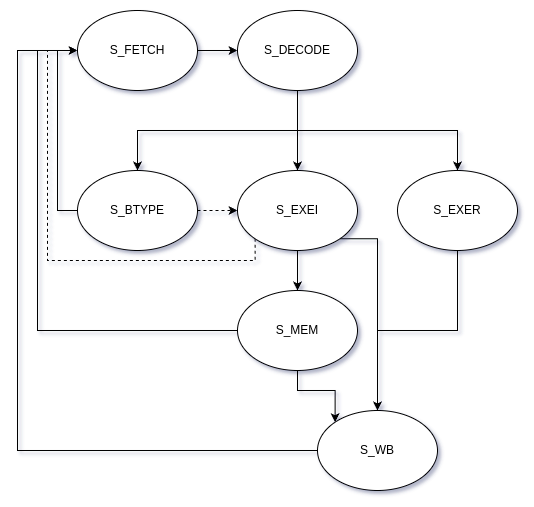
Earlier version of the draw.io export src/fsm.png (SungChul-CHA/RISC-V_CPU). Source tidied: cells renumbered, new cells last; positions are measured from the earlier drawing's top-left corner, leaving out a move shared by most shapes.
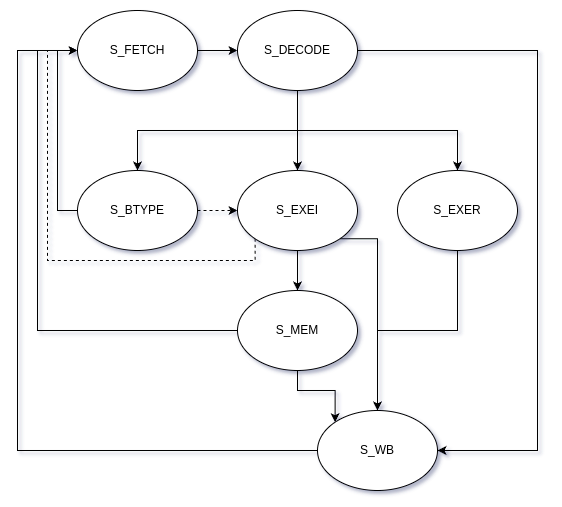
After the commit.

Change to the diagram source:
```diff
@@ -17,6 +17,14 @@
     <mxCell id="6" style="edgeStyle=orthogonalEdgeStyle;rounded=0;jettySize=auto;html=1;exitX=0.5;exitY=1;exitDx=0;exitDy=0;entryX=0.5;entryY=0;entryDx=0;entryDy=0;" parent="1" edge="1" source="7" target="17">
       <mxGeometry relative="1" as="geometry" />
     </mxCell>
+    <mxCell id="22" style="edgeStyle=orthogonalEdgeStyle;rounded=0;jettySize=auto;html=1;exitX=1;exitY=0.5;exitDx=0;exitDy=0;entryX=1;entryY=0.5;entryDx=0;entryDy=0;" parent="1" edge="1" source="7" target="9">
+      <mxGeometry relative="1" as="geometry">
+        <Array as="points">
+          <mxPoint x="520" y="40" />
+          <mxPoint x="520" y="440" />
+        </Array>
+      </mxGeometry>
+    </mxCell>
     <mxCell id="7" value="S_DECODE" style="ellipse;whiteSpace=wrap;html=1;" parent="1" vertex="1">
       <mxGeometry x="220" width="120" height="80" as="geometry" />
     </mxCell>
```
